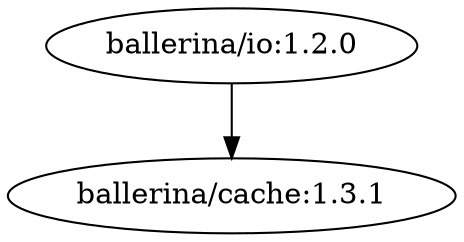
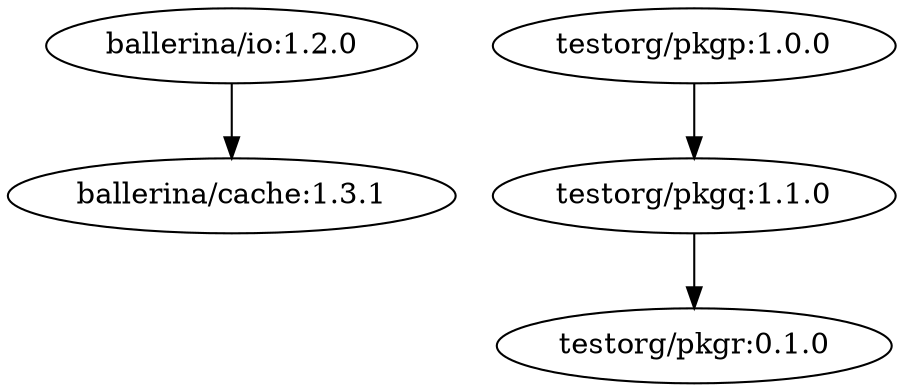
digraph central {
    subgraph "ballerina/io:1.0.1" {
    }

    subgraph "ballerina/io:1.2.0" {
    "ballerina/io:1.2.0" -> "ballerina/cache:1.3.1"
    }

    subgraph "ballerina/cache:1.3.1" {
    }
+ 
+     subgraph "testorg/pkgp:1.0.0" {
+         "testorg/pkgp:1.0.0" -> "testorg/pkgq:1.1.0"
+     }
+ 
+     subgraph "testorg/pkgq:1.1.0" {
+         "testorg/pkgq:1.1.0" -> "testorg/pkgr:0.1.0"
+     }
+ 
+     subgraph "testorg/pkgr:0.1.0" {
+     }
}
